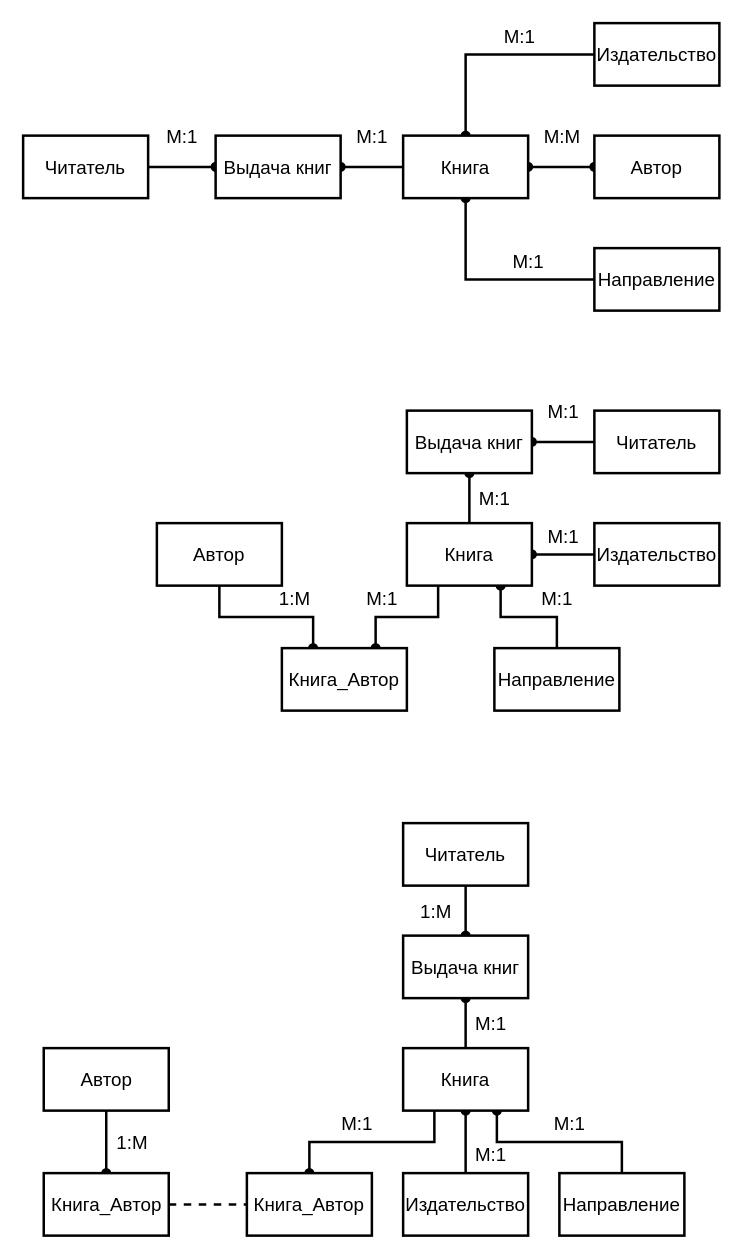
Before: 3 курс/5 семестр/КП/Схемы/Структуры.drawio in IlyaDzh/SevSU, a draw.io diagram. Source tidied: cells renumbered, new cells numbered last; positions are measured from the earlier drawing's top-left corner, leaving out a move shared by most shapes. Both pictures are drawn from the tidied source at 125%, with x=0, y=0 at pixel (22, 22).
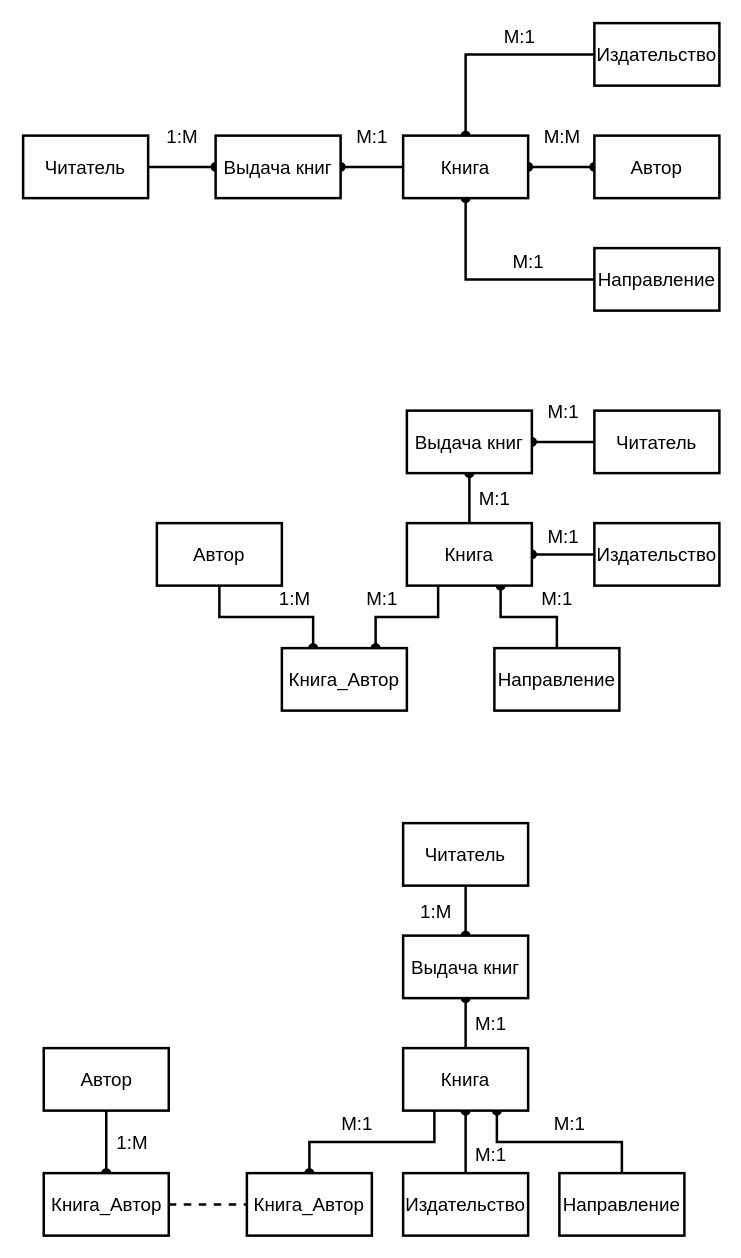
The same page after the edit.

Diff of the diagram source:
```diff
@@
-    <mxCell id="51" value="М:1" style="text;html=1;align=center;verticalAlign=middle;fontSize=15;" parent="1" vertex="1">
+    <mxCell id="51" value="1:М" style="text;html=1;align=center;verticalAlign=middle;fontSize=15;" parent="1" vertex="1">
       <mxGeometry x="107" y="80" width="40" height="20" as="geometry" />
     </mxCell>
```
